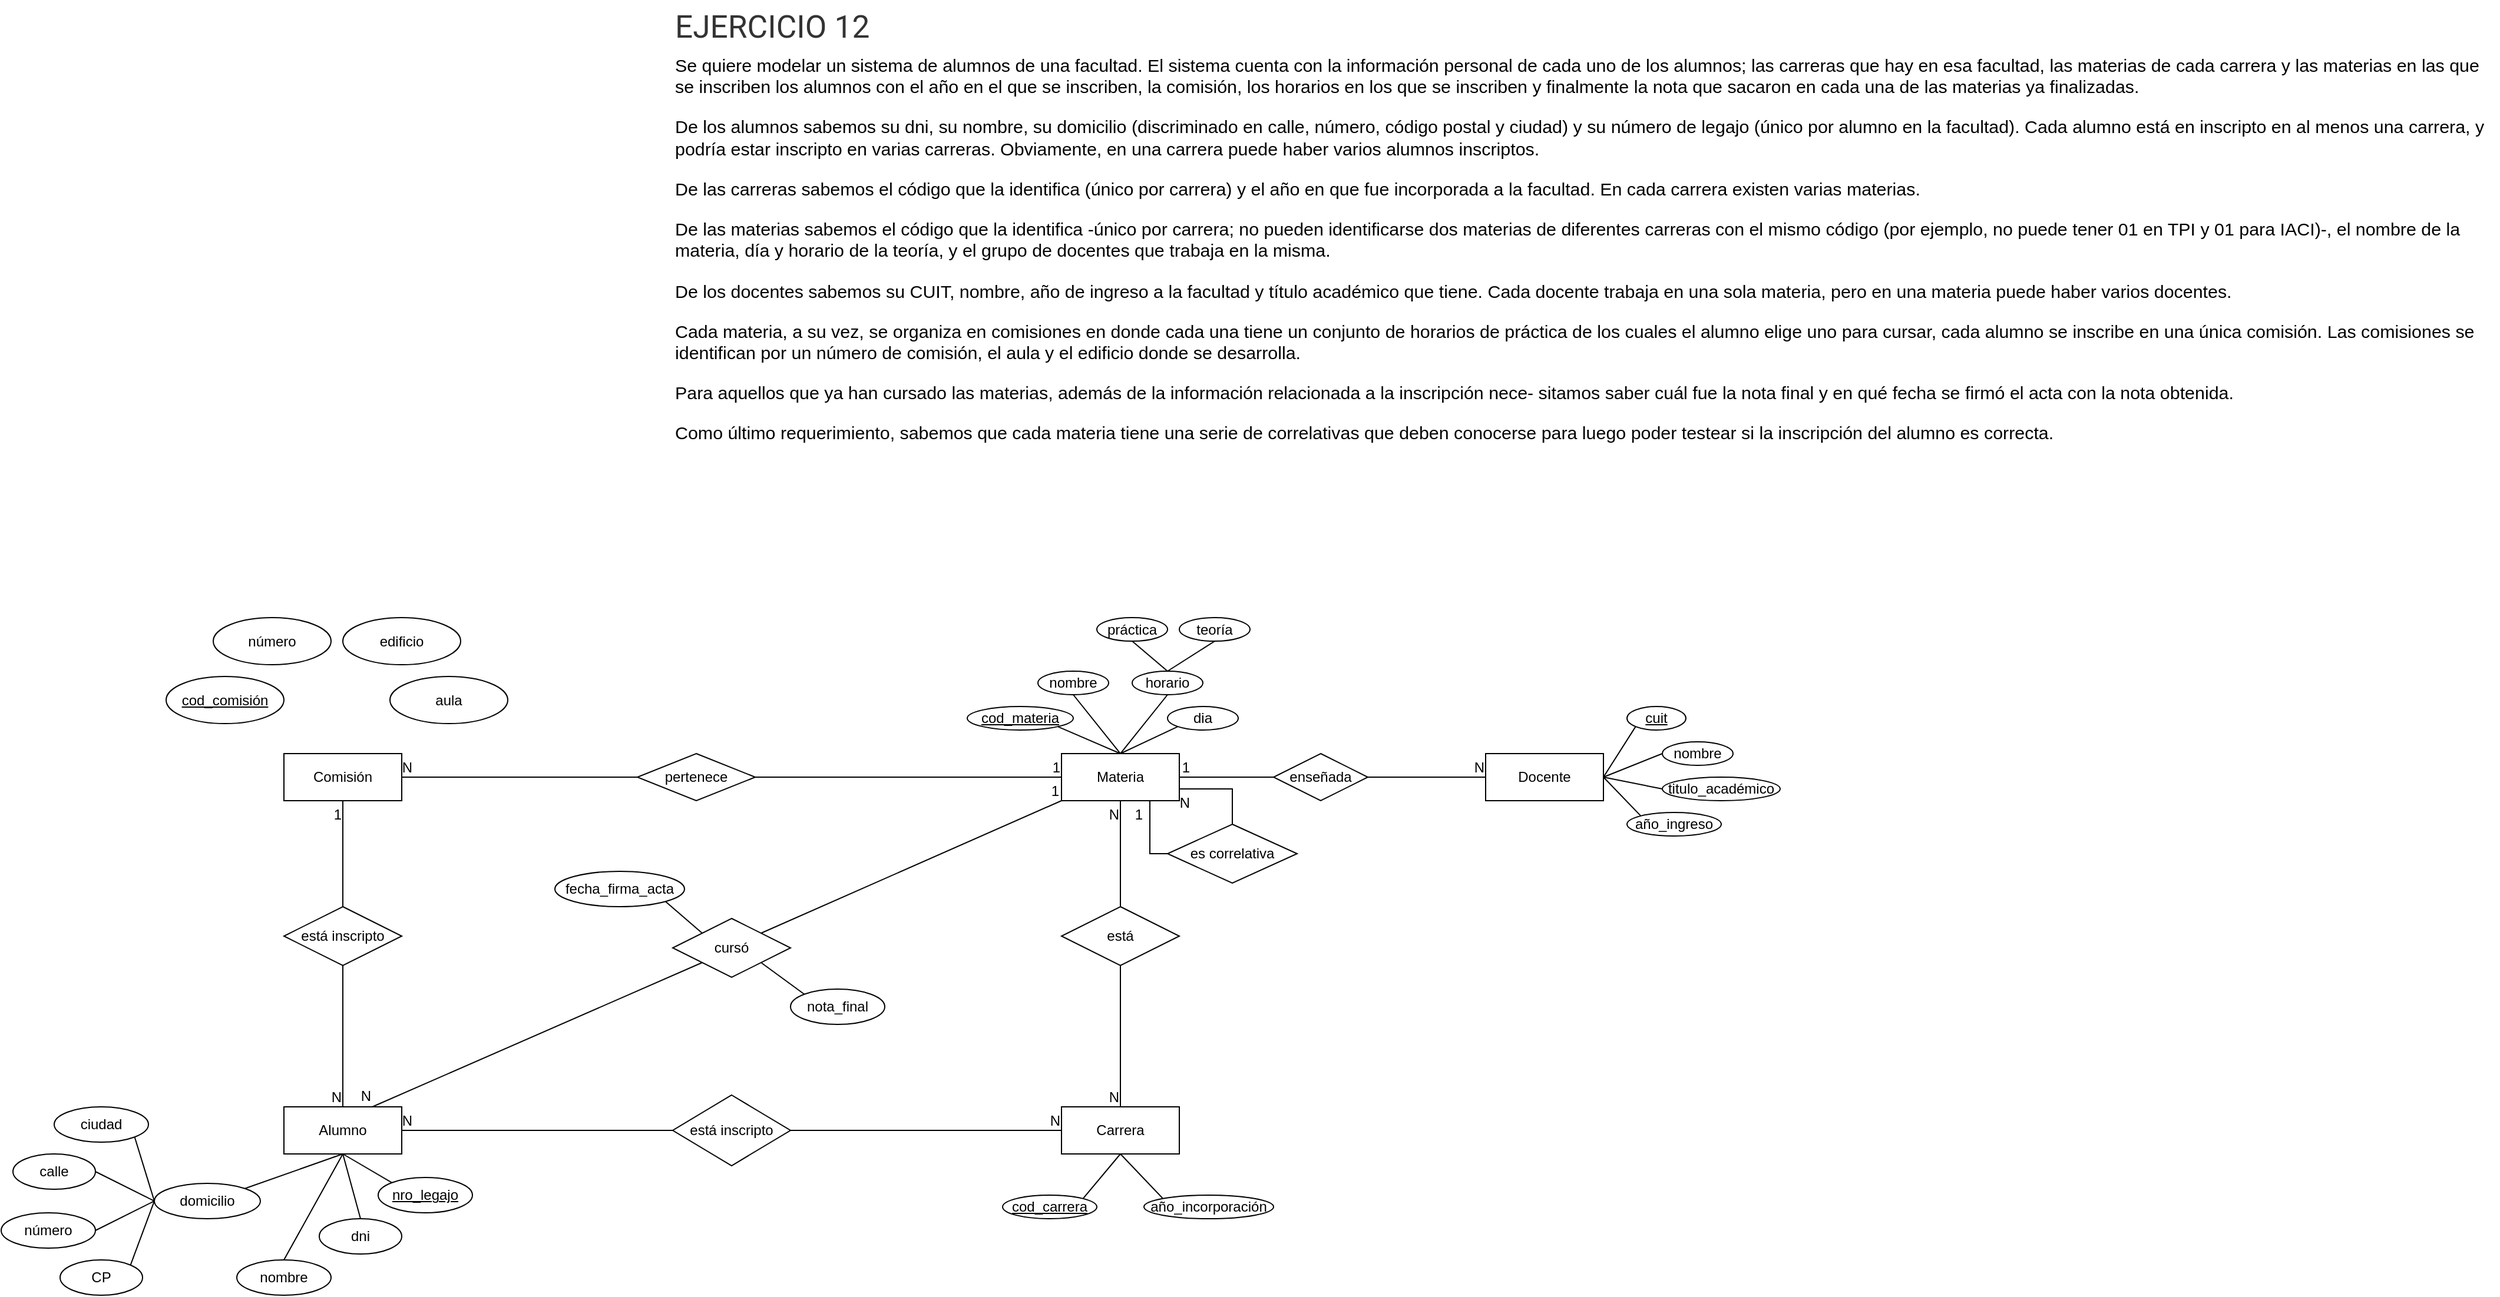
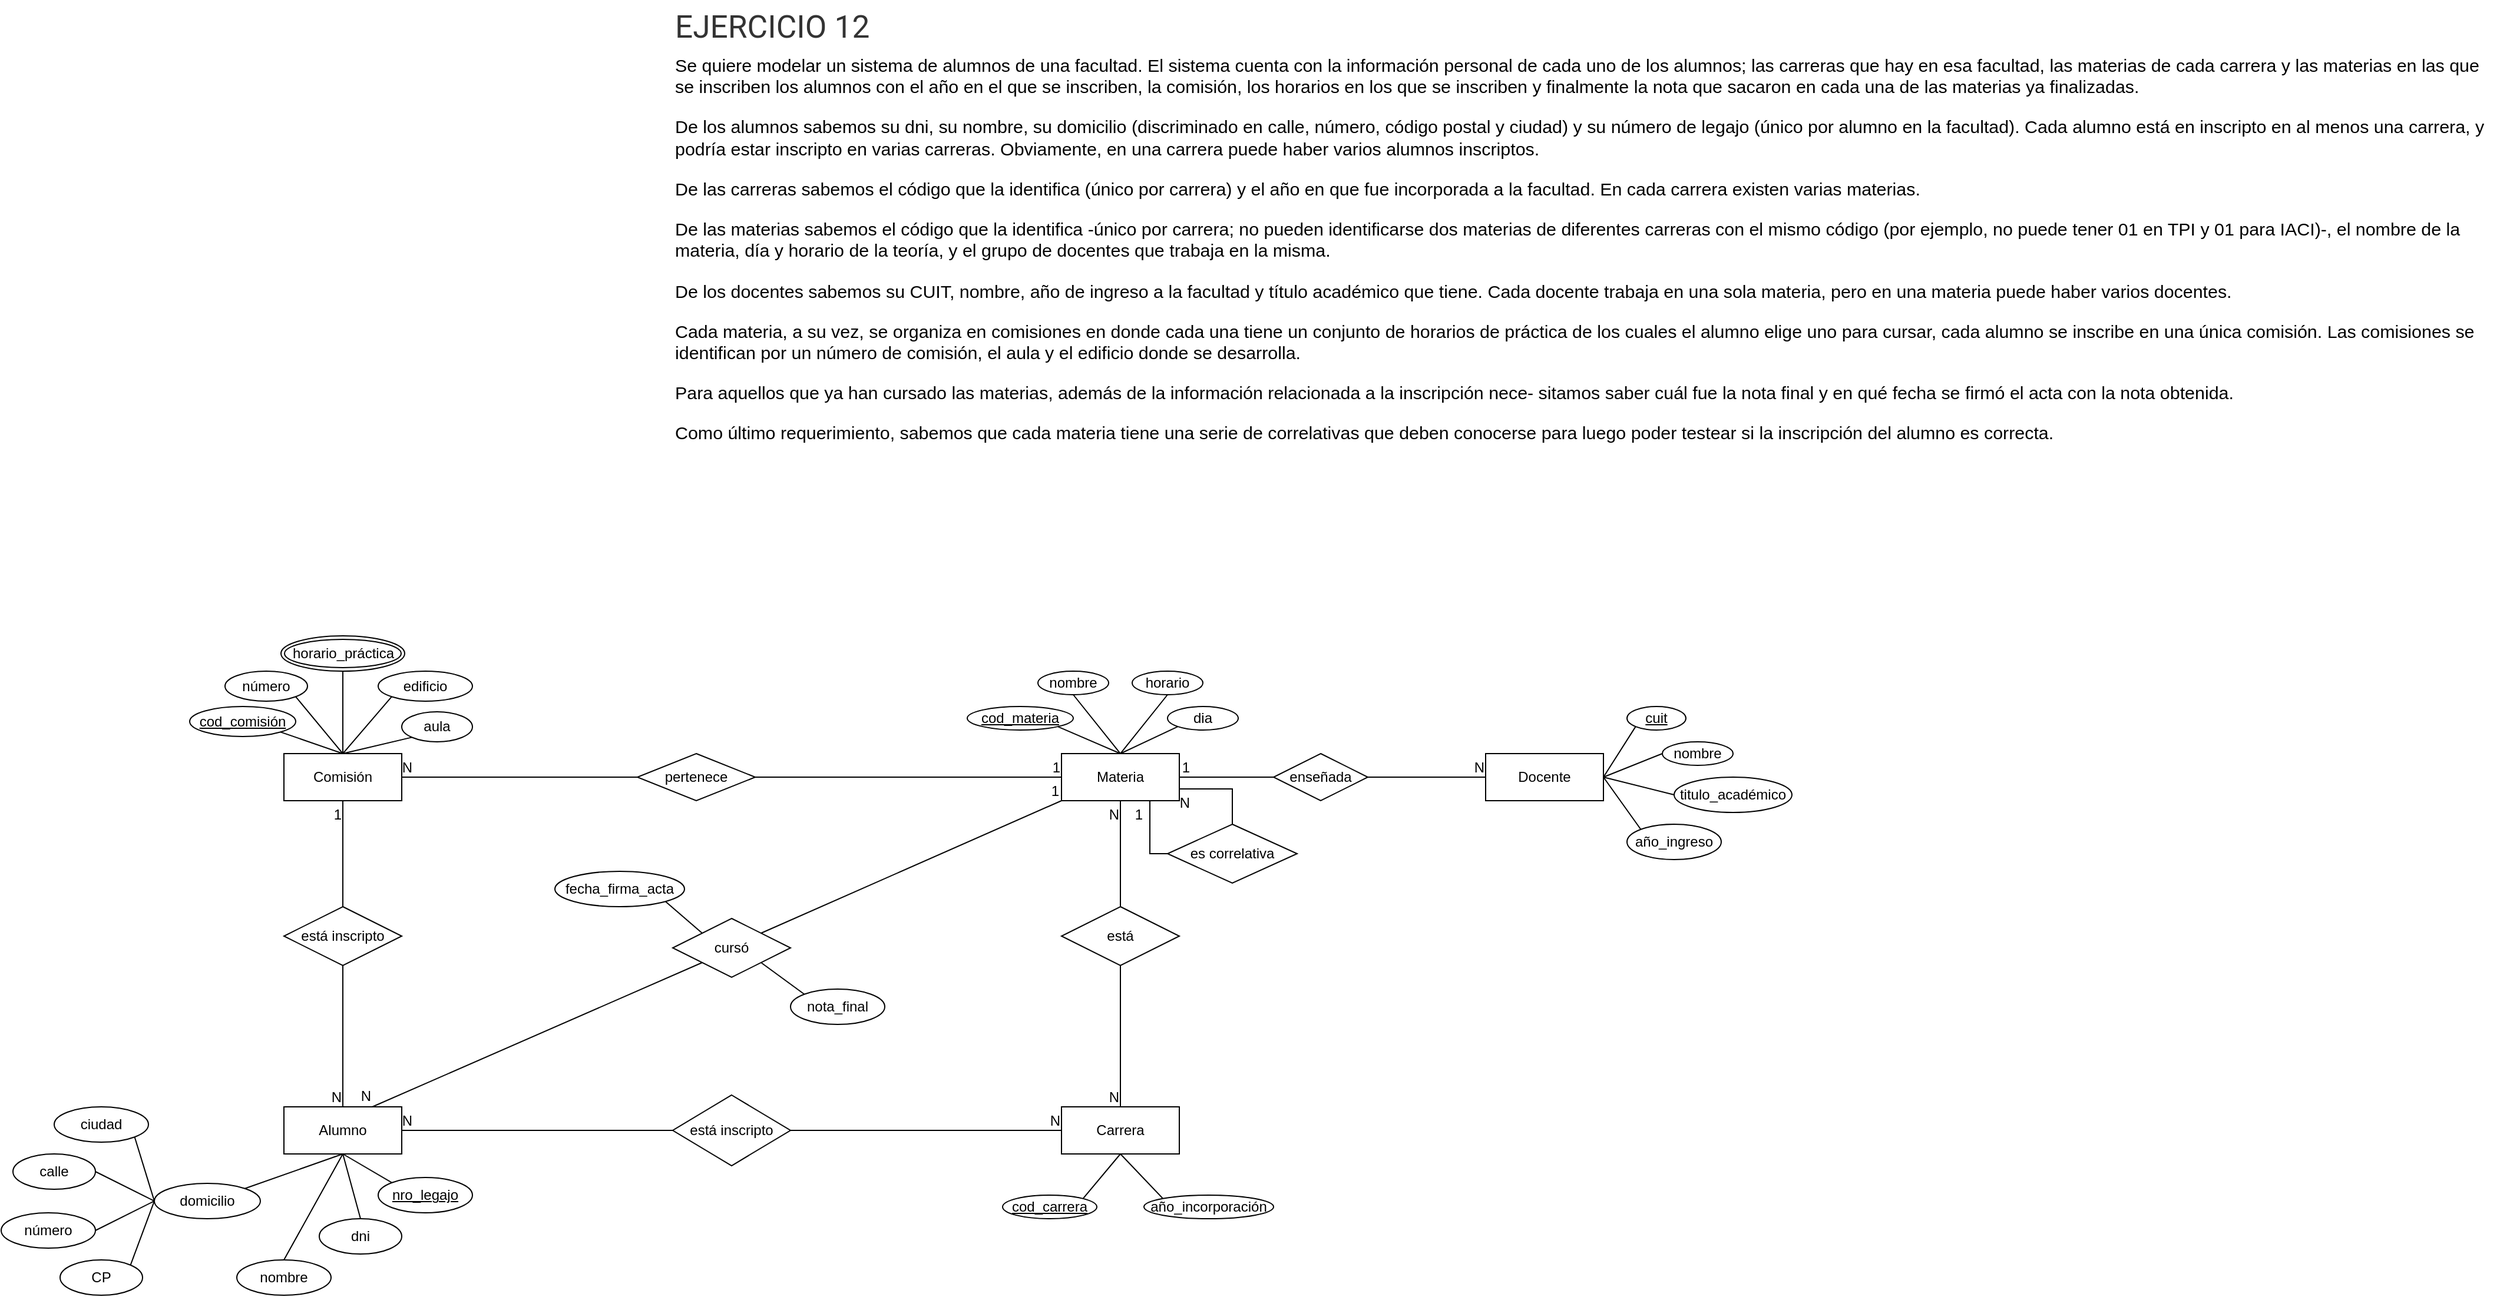
<mxfile host="app.diagrams.net">
  <diagram name="Página-1" id="y1TL5N7xmqakmvrfY2OJ">
    <mxGraphModel dx="4190" dy="1729" grid="1" gridSize="10" guides="1" tooltips="1" connect="1" arrows="1" fold="1" page="1" pageScale="1" pageWidth="1169" pageHeight="827" math="0" shadow="0">
      <root>
        <mxCell id="0" />
        <mxCell id="1" parent="0" />
        <mxCell id="5rH35f_hjBfOrrM5BKQK-1" parent="1" style="text;html=1;whiteSpace=wrap;overflow=hidden;rounded=0;" value="&lt;h3 style=&quot;box-sizing: border-box; margin: 0px 0px 0.5rem; padding: 0px; font-weight: 400; line-height: 1.2; color: rgb(51, 51, 51); font-size: 1.6625rem; font-family: Roboto; background-color: rgb(255, 255, 255);&quot;&gt;&lt;span class=&quot;&quot; style=&quot;box-sizing: border-box; margin: 0px; padding: 0px;&quot;&gt;EJERCICIO 12&lt;/span&gt;&lt;/h3&gt;&lt;p style=&quot;box-sizing: border-box; margin: 0px 0px 1rem; padding: 0px; color: rgb(0, 0, 0); font-family: Barlow, Arial, sans-serif; font-size: 15.2px; background-color: rgb(255, 255, 255);&quot;&gt;&lt;span lang=&quot;ES&quot; style=&quot;box-sizing: border-box; margin: 0px; padding: 0px;&quot;&gt;Se quiere modelar un sistema de alumnos de una facultad. El sistema cuenta con la información personal de cada uno de los alumnos; las carreras que hay en esa facultad, las materias de cada carrera y las materias en las que se inscriben los alumnos con el año en el que se inscriben, la comisión, los horarios en los que se inscriben y finalmente la nota que sacaron en cada una de las materias ya finalizadas.&lt;/span&gt;&lt;/p&gt;&lt;p style=&quot;box-sizing: border-box; margin: 0px 0px 1rem; padding: 0px; color: rgb(0, 0, 0); font-family: Barlow, Arial, sans-serif; font-size: 15.2px; background-color: rgb(255, 255, 255);&quot;&gt;&lt;span lang=&quot;ES&quot; style=&quot;box-sizing: border-box; margin: 0px; padding: 0px;&quot;&gt;De los alumnos sabemos su dni, su nombre, su domicilio (discriminado en calle, número, código postal y ciudad) y su número de legajo (único por alumno en la facultad). Cada alumno está en inscripto en al menos una carrera, y podría estar inscripto en varias carreras. Obviamente, en una carrera puede haber varios alumnos inscriptos.&lt;/span&gt;&lt;/p&gt;&lt;p style=&quot;box-sizing: border-box; margin: 0px 0px 1rem; padding: 0px; color: rgb(0, 0, 0); font-family: Barlow, Arial, sans-serif; font-size: 15.2px; background-color: rgb(255, 255, 255);&quot;&gt;&lt;span lang=&quot;ES&quot; style=&quot;box-sizing: border-box; margin: 0px; padding: 0px;&quot;&gt;De las carreras sabemos el código que la identifica (único por carrera) y el año en que fue incorporada a la facultad. En cada carrera existen varias materias.&lt;/span&gt;&lt;/p&gt;&lt;p style=&quot;box-sizing: border-box; margin: 0px 0px 1rem; padding: 0px; color: rgb(0, 0, 0); font-family: Barlow, Arial, sans-serif; font-size: 15.2px; background-color: rgb(255, 255, 255);&quot;&gt;&lt;span lang=&quot;ES&quot; style=&quot;box-sizing: border-box; margin: 0px; padding: 0px;&quot;&gt;De las materias sabemos el código que la identifica -único por carrera; no pueden identificarse dos materias de diferentes carreras con el mismo código (por ejemplo, no puede tener 01 en TPI y 01 para IACI)-, el nombre de la materia, día y horario de la teoría, y el grupo de docentes que trabaja en la misma.&lt;/span&gt;&lt;/p&gt;&lt;p style=&quot;box-sizing: border-box; margin: 0px 0px 1rem; padding: 0px; color: rgb(0, 0, 0); font-family: Barlow, Arial, sans-serif; font-size: 15.2px; background-color: rgb(255, 255, 255);&quot;&gt;&lt;span lang=&quot;ES&quot; style=&quot;box-sizing: border-box; margin: 0px; padding: 0px;&quot;&gt;De los docentes sabemos su CUIT, nombre, año de ingreso a la facultad y título académico que tiene. Cada docente trabaja en una sola materia, pero en una materia puede haber varios docentes.&lt;/span&gt;&lt;/p&gt;&lt;p style=&quot;box-sizing: border-box; margin: 0px 0px 1rem; padding: 0px; color: rgb(0, 0, 0); font-family: Barlow, Arial, sans-serif; font-size: 15.2px; background-color: rgb(255, 255, 255);&quot;&gt;&lt;span lang=&quot;ES&quot; style=&quot;box-sizing: border-box; margin: 0px; padding: 0px;&quot;&gt;Cada materia, a su vez, se organiza en comisiones en donde cada una tiene un conjunto de horarios de práctica de los cuales el alumno elige uno para cursar, cada alumno se inscribe en una única comisión. Las comisiones se identifican por un número de comisión, el aula y el edificio donde se desarrolla.&lt;/span&gt;&lt;/p&gt;&lt;p style=&quot;box-sizing: border-box; margin: 0px 0px 1rem; padding: 0px; color: rgb(0, 0, 0); font-family: Barlow, Arial, sans-serif; font-size: 15.2px; background-color: rgb(255, 255, 255);&quot;&gt;&lt;span lang=&quot;ES&quot; style=&quot;box-sizing: border-box; margin: 0px; padding: 0px;&quot;&gt;Para aquellos que ya han cursado las materias, además de la información relacionada a la inscripción nece- sitamos saber cuál fue la nota final y en qué fecha se firmó el acta con la nota obtenida.&lt;/span&gt;&lt;/p&gt;&lt;p style=&quot;box-sizing: border-box; margin: 0px 0px 1rem; padding: 0px; color: rgb(0, 0, 0); font-family: Barlow, Arial, sans-serif; font-size: 15.2px; background-color: rgb(255, 255, 255);&quot;&gt;&lt;span lang=&quot;ES&quot; style=&quot;box-sizing: border-box; margin: 0px; padding: 0px;&quot;&gt;Como último requerimiento, sabemos que cada materia tiene una serie de correlativas que deben conocerse para luego poder testear si la inscripción del alumno es correcta.&lt;/span&gt;&lt;/p&gt;" vertex="1">
          <mxGeometry height="400" width="1550" x="-810" y="-800" as="geometry" />
        </mxCell>
        <mxCell id="5rH35f_hjBfOrrM5BKQK-2" parent="1" style="whiteSpace=wrap;html=1;align=center;" value="Alumno" vertex="1">
          <mxGeometry height="40" width="100" x="-1140" y="140" as="geometry" />
        </mxCell>
        <mxCell id="5rH35f_hjBfOrrM5BKQK-3" parent="1" style="whiteSpace=wrap;html=1;align=center;" value="Carrera" vertex="1">
          <mxGeometry height="40" width="100" x="-480" y="140" as="geometry" />
        </mxCell>
        <mxCell id="5rH35f_hjBfOrrM5BKQK-4" parent="1" style="whiteSpace=wrap;html=1;align=center;" value="Materia" vertex="1">
          <mxGeometry height="40" width="100" x="-480" y="-160" as="geometry" />
        </mxCell>
        <mxCell id="5rH35f_hjBfOrrM5BKQK-8" parent="1" style="ellipse;whiteSpace=wrap;html=1;align=center;" value="horario" vertex="1">
          <mxGeometry height="20" width="60" x="-420" y="-230" as="geometry" />
        </mxCell>
        <mxCell id="5rH35f_hjBfOrrM5BKQK-10" parent="1" style="ellipse;whiteSpace=wrap;html=1;align=center;" value="nombre" vertex="1">
          <mxGeometry height="20" width="60" x="-500" y="-230" as="geometry" />
        </mxCell>
        <mxCell id="5rH35f_hjBfOrrM5BKQK-11" parent="1" style="ellipse;whiteSpace=wrap;html=1;align=center;fontStyle=4;" value="nro_legajo" vertex="1">
          <mxGeometry height="30" width="80" x="-1060" y="200" as="geometry" />
        </mxCell>
        <mxCell id="5rH35f_hjBfOrrM5BKQK-12" parent="1" style="ellipse;whiteSpace=wrap;html=1;align=center;" value="dni" vertex="1">
          <mxGeometry height="30" width="70" x="-1110" y="235" as="geometry" />
        </mxCell>
        <mxCell id="5rH35f_hjBfOrrM5BKQK-13" parent="1" style="ellipse;whiteSpace=wrap;html=1;align=center;" value="nombre" vertex="1">
          <mxGeometry height="30" width="80" x="-1180" y="270" as="geometry" />
        </mxCell>
        <mxCell id="5rH35f_hjBfOrrM5BKQK-14" parent="1" style="ellipse;whiteSpace=wrap;html=1;align=center;" value="domicilio" vertex="1">
          <mxGeometry height="30" width="90" x="-1250" y="205" as="geometry" />
        </mxCell>
        <mxCell id="5rH35f_hjBfOrrM5BKQK-15" parent="1" style="ellipse;whiteSpace=wrap;html=1;align=center;" value="calle" vertex="1">
          <mxGeometry height="30" width="70" x="-1370" y="180" as="geometry" />
        </mxCell>
        <mxCell id="5rH35f_hjBfOrrM5BKQK-16" parent="1" style="ellipse;whiteSpace=wrap;html=1;align=center;" value="número" vertex="1">
          <mxGeometry height="30" width="80" x="-1380" y="230" as="geometry" />
        </mxCell>
        <mxCell id="5rH35f_hjBfOrrM5BKQK-17" parent="1" style="ellipse;whiteSpace=wrap;html=1;align=center;" value="CP" vertex="1">
          <mxGeometry height="30" width="70" x="-1330" y="270" as="geometry" />
        </mxCell>
        <mxCell id="5rH35f_hjBfOrrM5BKQK-18" parent="1" style="ellipse;whiteSpace=wrap;html=1;align=center;" value="ciudad" vertex="1">
          <mxGeometry height="30" width="80" x="-1335" y="140" as="geometry" />
        </mxCell>
        <mxCell id="5rH35f_hjBfOrrM5BKQK-19" parent="1" style="shape=rhombus;perimeter=rhombusPerimeter;whiteSpace=wrap;html=1;align=center;" value="está inscripto" vertex="1">
          <mxGeometry height="60" width="100" x="-810" y="130" as="geometry" />
        </mxCell>
        <mxCell id="5rH35f_hjBfOrrM5BKQK-21" edge="1" parent="1" source="5rH35f_hjBfOrrM5BKQK-19" style="endArrow=none;html=1;rounded=0;exitX=1;exitY=0.5;exitDx=0;exitDy=0;entryX=0;entryY=0.5;entryDx=0;entryDy=0;" target="5rH35f_hjBfOrrM5BKQK-3" value="">
          <mxGeometry relative="1" as="geometry">
            <mxPoint x="-600" y="110" as="sourcePoint" />
            <mxPoint x="-440" y="110" as="targetPoint" />
          </mxGeometry>
        </mxCell>
        <mxCell id="5rH35f_hjBfOrrM5BKQK-22" connectable="0" parent="5rH35f_hjBfOrrM5BKQK-21" style="resizable=0;html=1;whiteSpace=wrap;align=right;verticalAlign=bottom;" value="N" vertex="1">
          <mxGeometry relative="1" x="1" as="geometry" />
        </mxCell>
        <mxCell id="5rH35f_hjBfOrrM5BKQK-23" edge="1" parent="1" source="5rH35f_hjBfOrrM5BKQK-19" style="endArrow=none;html=1;rounded=0;entryX=1;entryY=0.5;entryDx=0;entryDy=0;exitX=0;exitY=0.5;exitDx=0;exitDy=0;" target="5rH35f_hjBfOrrM5BKQK-2" value="">
          <mxGeometry relative="1" as="geometry">
            <mxPoint x="-930.0000000000005" y="159.99999999999977" as="sourcePoint" />
            <mxPoint x="-360" y="-110" as="targetPoint" />
          </mxGeometry>
        </mxCell>
        <mxCell id="5rH35f_hjBfOrrM5BKQK-24" connectable="0" parent="5rH35f_hjBfOrrM5BKQK-23" style="resizable=0;html=1;whiteSpace=wrap;align=right;verticalAlign=bottom;" value="N" vertex="1">
          <mxGeometry relative="1" x="1" as="geometry">
            <mxPoint x="10" as="offset" />
          </mxGeometry>
        </mxCell>
        <mxCell id="5rH35f_hjBfOrrM5BKQK-25" parent="1" style="ellipse;whiteSpace=wrap;html=1;align=center;fontStyle=4;" value="cod_carrera" vertex="1">
          <mxGeometry height="20" width="80" x="-530" y="215" as="geometry" />
        </mxCell>
        <mxCell id="5rH35f_hjBfOrrM5BKQK-26" parent="1" style="ellipse;whiteSpace=wrap;html=1;align=center;" value="año_incorporación" vertex="1">
          <mxGeometry height="20" width="110" x="-410" y="215" as="geometry" />
        </mxCell>
        <mxCell id="5rH35f_hjBfOrrM5BKQK-27" parent="1" style="ellipse;whiteSpace=wrap;html=1;align=center;fontStyle=4;" value="cod_materia" vertex="1">
          <mxGeometry height="20" width="90" x="-560" y="-200" as="geometry" />
        </mxCell>
        <mxCell id="5rH35f_hjBfOrrM5BKQK-28" parent="1" style="ellipse;whiteSpace=wrap;html=1;align=center;" value="dia" vertex="1">
          <mxGeometry height="20" width="60" x="-390" y="-200" as="geometry" />
        </mxCell>
        <mxCell id="5rH35f_hjBfOrrM5BKQK-30" parent="1" style="whiteSpace=wrap;html=1;align=center;" value="Docente" vertex="1">
          <mxGeometry height="40" width="100" x="-120" y="-160" as="geometry" />
        </mxCell>
        <mxCell id="5rH35f_hjBfOrrM5BKQK-31" parent="1" style="ellipse;whiteSpace=wrap;html=1;align=center;fontStyle=4;" value="cuit" vertex="1">
          <mxGeometry height="20" width="50" y="-200.00000000000003" as="geometry" />
        </mxCell>
        <mxCell id="5rH35f_hjBfOrrM5BKQK-32" parent="1" style="ellipse;whiteSpace=wrap;html=1;align=center;" value="nombre" vertex="1">
          <mxGeometry height="20" width="60" x="30" y="-170.00000000000003" as="geometry" />
        </mxCell>
        <mxCell id="5rH35f_hjBfOrrM5BKQK-33" parent="1" style="ellipse;whiteSpace=wrap;html=1;align=center;" value="titulo_académico" vertex="1">
-           <mxGeometry height="20" width="100" x="30" y="-140" as="geometry" />
+           <mxGeometry height="30" width="100" x="40" y="-140" as="geometry" />
        </mxCell>
        <mxCell id="5rH35f_hjBfOrrM5BKQK-34" parent="1" style="ellipse;whiteSpace=wrap;html=1;align=center;" value="año_ingreso" vertex="1">
-           <mxGeometry height="20" width="80" y="-110" as="geometry" />
+           <mxGeometry height="30" width="80" y="-100" as="geometry" />
        </mxCell>
        <mxCell id="5rH35f_hjBfOrrM5BKQK-35" parent="1" style="shape=rhombus;perimeter=rhombusPerimeter;whiteSpace=wrap;html=1;align=center;" value="enseñada" vertex="1">
          <mxGeometry height="40" width="80" x="-300" y="-160" as="geometry" />
        </mxCell>
        <mxCell id="5rH35f_hjBfOrrM5BKQK-36" edge="1" parent="1" source="5rH35f_hjBfOrrM5BKQK-35" style="endArrow=none;html=1;rounded=0;exitX=1;exitY=0.5;exitDx=0;exitDy=0;entryX=0;entryY=0.5;entryDx=0;entryDy=0;" target="5rH35f_hjBfOrrM5BKQK-30" value="">
          <mxGeometry relative="1" as="geometry">
            <mxPoint x="-10" y="-260" as="sourcePoint" />
            <mxPoint x="150" y="-260" as="targetPoint" />
          </mxGeometry>
        </mxCell>
        <mxCell id="5rH35f_hjBfOrrM5BKQK-37" connectable="0" parent="5rH35f_hjBfOrrM5BKQK-36" style="resizable=0;html=1;whiteSpace=wrap;align=right;verticalAlign=bottom;" value="N" vertex="1">
          <mxGeometry relative="1" x="1" as="geometry" />
        </mxCell>
        <mxCell id="5rH35f_hjBfOrrM5BKQK-38" edge="1" parent="1" source="5rH35f_hjBfOrrM5BKQK-35" style="endArrow=none;html=1;rounded=0;entryX=1;entryY=0.5;entryDx=0;entryDy=0;exitX=0;exitY=0.5;exitDx=0;exitDy=0;" target="5rH35f_hjBfOrrM5BKQK-4" value="">
          <mxGeometry relative="1" as="geometry">
            <mxPoint x="-10" y="-260" as="sourcePoint" />
            <mxPoint x="150" y="-260" as="targetPoint" />
          </mxGeometry>
        </mxCell>
        <mxCell id="5rH35f_hjBfOrrM5BKQK-39" connectable="0" parent="5rH35f_hjBfOrrM5BKQK-38" style="resizable=0;html=1;whiteSpace=wrap;align=right;verticalAlign=bottom;" value="1" vertex="1">
          <mxGeometry relative="1" x="1" as="geometry">
            <mxPoint x="10" as="offset" />
          </mxGeometry>
        </mxCell>
        <mxCell id="5rH35f_hjBfOrrM5BKQK-40" parent="1" style="whiteSpace=wrap;html=1;align=center;" value="Comisión" vertex="1">
          <mxGeometry height="40" width="100" x="-1140" y="-160" as="geometry" />
        </mxCell>
        <mxCell id="5rH35f_hjBfOrrM5BKQK-41" parent="1" style="ellipse;whiteSpace=wrap;html=1;align=center;fontStyle=4;" value="cod_comisión" vertex="1">
-           <mxGeometry height="40" width="100" x="-1240" y="-225.48" as="geometry" />
+           <mxGeometry height="25.48" width="90" x="-1220" y="-200" as="geometry" />
        </mxCell>
        <mxCell id="5rH35f_hjBfOrrM5BKQK-42" parent="1" style="ellipse;whiteSpace=wrap;html=1;align=center;" value="número" vertex="1">
-           <mxGeometry height="40" width="100" x="-1200" y="-275.48" as="geometry" />
+           <mxGeometry height="25.48" width="70" x="-1190" y="-230.00000000000003" as="geometry" />
        </mxCell>
        <mxCell id="5rH35f_hjBfOrrM5BKQK-43" parent="1" style="ellipse;whiteSpace=wrap;html=1;align=center;" value="aula" vertex="1">
-           <mxGeometry height="40" width="100" x="-1050" y="-225.48" as="geometry" />
+           <mxGeometry height="25.48" width="60" x="-1040" y="-195.48" as="geometry" />
        </mxCell>
        <mxCell id="5rH35f_hjBfOrrM5BKQK-44" parent="1" style="ellipse;whiteSpace=wrap;html=1;align=center;" value="edificio" vertex="1">
-           <mxGeometry height="40" width="100" x="-1090" y="-275.48" as="geometry" />
+           <mxGeometry height="25.48" width="80" x="-1060" y="-230.00000000000003" as="geometry" />
        </mxCell>
        <mxCell id="5rH35f_hjBfOrrM5BKQK-46" parent="1" style="shape=rhombus;perimeter=rhombusPerimeter;whiteSpace=wrap;html=1;align=center;" value="pertenece" vertex="1">
          <mxGeometry height="40" width="100" x="-840" y="-160" as="geometry" />
        </mxCell>
        <mxCell id="5rH35f_hjBfOrrM5BKQK-48" edge="1" parent="1" source="5rH35f_hjBfOrrM5BKQK-46" style="endArrow=none;html=1;rounded=0;exitX=0;exitY=0.5;exitDx=0;exitDy=0;entryX=1;entryY=0.5;entryDx=0;entryDy=0;" target="5rH35f_hjBfOrrM5BKQK-40" value="">
          <mxGeometry relative="1" as="geometry">
            <mxPoint x="-230" y="-220" as="sourcePoint" />
            <mxPoint x="-70" y="-220" as="targetPoint" />
          </mxGeometry>
        </mxCell>
        <mxCell id="5rH35f_hjBfOrrM5BKQK-49" connectable="0" parent="5rH35f_hjBfOrrM5BKQK-48" style="resizable=0;html=1;whiteSpace=wrap;align=right;verticalAlign=bottom;" value="N" vertex="1">
          <mxGeometry relative="1" x="1" as="geometry">
            <mxPoint x="10" as="offset" />
          </mxGeometry>
        </mxCell>
        <mxCell id="5rH35f_hjBfOrrM5BKQK-50" edge="1" parent="1" source="5rH35f_hjBfOrrM5BKQK-46" style="endArrow=none;html=1;rounded=0;exitX=1;exitY=0.5;exitDx=0;exitDy=0;entryX=0;entryY=0.5;entryDx=0;entryDy=0;" target="5rH35f_hjBfOrrM5BKQK-4" value="">
          <mxGeometry relative="1" as="geometry">
            <mxPoint x="-230" y="-220" as="sourcePoint" />
            <mxPoint x="-70" y="-220" as="targetPoint" />
          </mxGeometry>
        </mxCell>
        <mxCell id="5rH35f_hjBfOrrM5BKQK-51" connectable="0" parent="5rH35f_hjBfOrrM5BKQK-50" style="resizable=0;html=1;whiteSpace=wrap;align=right;verticalAlign=bottom;" value="1" vertex="1">
          <mxGeometry relative="1" x="1" as="geometry" />
        </mxCell>
        <mxCell id="5rH35f_hjBfOrrM5BKQK-52" parent="1" style="shape=rhombus;perimeter=rhombusPerimeter;whiteSpace=wrap;html=1;align=center;" value="está" vertex="1">
          <mxGeometry height="50" width="100" x="-480" y="-30" as="geometry" />
        </mxCell>
        <mxCell id="5rH35f_hjBfOrrM5BKQK-53" edge="1" parent="1" source="5rH35f_hjBfOrrM5BKQK-52" style="endArrow=none;html=1;rounded=0;exitX=0.5;exitY=0;exitDx=0;exitDy=0;entryX=0.5;entryY=1;entryDx=0;entryDy=0;" target="5rH35f_hjBfOrrM5BKQK-4" value="">
          <mxGeometry relative="1" as="geometry">
            <mxPoint x="-230" y="-110" as="sourcePoint" />
            <mxPoint x="-70" y="-110" as="targetPoint" />
          </mxGeometry>
        </mxCell>
        <mxCell id="5rH35f_hjBfOrrM5BKQK-54" connectable="0" parent="5rH35f_hjBfOrrM5BKQK-53" style="resizable=0;html=1;whiteSpace=wrap;align=right;verticalAlign=bottom;" value="N" vertex="1">
          <mxGeometry relative="1" x="1" as="geometry">
            <mxPoint y="20" as="offset" />
          </mxGeometry>
        </mxCell>
        <mxCell id="5rH35f_hjBfOrrM5BKQK-55" edge="1" parent="1" source="5rH35f_hjBfOrrM5BKQK-52" style="endArrow=none;html=1;rounded=0;exitX=0.5;exitY=1;exitDx=0;exitDy=0;entryX=0.5;entryY=0;entryDx=0;entryDy=0;" target="5rH35f_hjBfOrrM5BKQK-3" value="">
          <mxGeometry relative="1" as="geometry">
            <mxPoint x="-230" y="-110" as="sourcePoint" />
            <mxPoint x="-70" y="-110" as="targetPoint" />
          </mxGeometry>
        </mxCell>
        <mxCell id="5rH35f_hjBfOrrM5BKQK-56" connectable="0" parent="5rH35f_hjBfOrrM5BKQK-55" style="resizable=0;html=1;whiteSpace=wrap;align=right;verticalAlign=bottom;" value="N" vertex="1">
          <mxGeometry relative="1" x="1" as="geometry" />
        </mxCell>
        <mxCell id="5rH35f_hjBfOrrM5BKQK-57" parent="1" style="shape=rhombus;perimeter=rhombusPerimeter;whiteSpace=wrap;html=1;align=center;" value="está inscripto" vertex="1">
          <mxGeometry height="50" width="100" x="-1140" y="-30" as="geometry" />
        </mxCell>
        <mxCell id="5rH35f_hjBfOrrM5BKQK-61" parent="1" style="shape=rhombus;perimeter=rhombusPerimeter;whiteSpace=wrap;html=1;align=center;" value="cursó" vertex="1">
          <mxGeometry height="50" width="100" x="-810" y="-20" as="geometry" />
        </mxCell>
        <mxCell id="5rH35f_hjBfOrrM5BKQK-62" edge="1" parent="1" source="5rH35f_hjBfOrrM5BKQK-57" style="endArrow=none;html=1;rounded=0;entryX=0.5;entryY=0;entryDx=0;entryDy=0;exitX=0.5;exitY=1;exitDx=0;exitDy=0;" target="5rH35f_hjBfOrrM5BKQK-2" value="">
          <mxGeometry relative="1" as="geometry">
            <mxPoint x="-1090" y="29.999999999999773" as="sourcePoint" />
            <mxPoint x="-300" y="-220" as="targetPoint" />
          </mxGeometry>
        </mxCell>
        <mxCell id="5rH35f_hjBfOrrM5BKQK-63" connectable="0" parent="5rH35f_hjBfOrrM5BKQK-62" style="resizable=0;html=1;whiteSpace=wrap;align=right;verticalAlign=bottom;" value="N" vertex="1">
          <mxGeometry relative="1" x="1" as="geometry" />
        </mxCell>
        <mxCell id="5rH35f_hjBfOrrM5BKQK-64" edge="1" parent="1" source="5rH35f_hjBfOrrM5BKQK-57" style="endArrow=none;html=1;rounded=0;exitX=0.5;exitY=0;exitDx=0;exitDy=0;entryX=0.5;entryY=1;entryDx=0;entryDy=0;" target="5rH35f_hjBfOrrM5BKQK-40" value="">
          <mxGeometry relative="1" as="geometry">
            <mxPoint x="-410" y="-220" as="sourcePoint" />
            <mxPoint x="-1080" y="-100" as="targetPoint" />
          </mxGeometry>
        </mxCell>
        <mxCell id="5rH35f_hjBfOrrM5BKQK-65" connectable="0" parent="5rH35f_hjBfOrrM5BKQK-64" style="resizable=0;html=1;whiteSpace=wrap;align=right;verticalAlign=bottom;" value="1" vertex="1">
          <mxGeometry relative="1" x="1" as="geometry">
            <mxPoint y="20" as="offset" />
          </mxGeometry>
        </mxCell>
        <mxCell id="5rH35f_hjBfOrrM5BKQK-68" edge="1" parent="1" source="5rH35f_hjBfOrrM5BKQK-41" style="edgeStyle=orthogonalEdgeStyle;rounded=0;orthogonalLoop=1;jettySize=auto;html=1;exitX=0.5;exitY=1;exitDx=0;exitDy=0;" target="5rH35f_hjBfOrrM5BKQK-41">
          <mxGeometry relative="1" as="geometry" />
        </mxCell>
        <mxCell id="WN7n5lFCNczPosIERE46-1" edge="1" parent="1" source="5rH35f_hjBfOrrM5BKQK-61" style="endArrow=none;html=1;rounded=0;entryX=0;entryY=1;entryDx=0;entryDy=0;exitX=1;exitY=0;exitDx=0;exitDy=0;" target="5rH35f_hjBfOrrM5BKQK-4" value="">
          <mxGeometry relative="1" as="geometry">
            <mxPoint x="-440" y="-250" as="sourcePoint" />
            <mxPoint x="-670" y="-40" as="targetPoint" />
          </mxGeometry>
        </mxCell>
        <mxCell id="WN7n5lFCNczPosIERE46-2" connectable="0" parent="WN7n5lFCNczPosIERE46-1" style="resizable=0;html=1;whiteSpace=wrap;align=right;verticalAlign=bottom;" value="1" vertex="1">
          <mxGeometry relative="1" x="1" as="geometry" />
        </mxCell>
        <mxCell id="WN7n5lFCNczPosIERE46-3" edge="1" parent="1" source="5rH35f_hjBfOrrM5BKQK-61" style="endArrow=none;html=1;rounded=0;entryX=0.75;entryY=0;entryDx=0;entryDy=0;exitX=0;exitY=1;exitDx=0;exitDy=0;" target="5rH35f_hjBfOrrM5BKQK-2" value="">
          <mxGeometry relative="1" as="geometry">
            <mxPoint x="-440" y="-250" as="sourcePoint" />
            <mxPoint x="-280" y="-250" as="targetPoint" />
          </mxGeometry>
        </mxCell>
        <mxCell id="WN7n5lFCNczPosIERE46-4" connectable="0" parent="WN7n5lFCNczPosIERE46-3" style="resizable=0;html=1;whiteSpace=wrap;align=right;verticalAlign=bottom;" value="N" vertex="1">
          <mxGeometry relative="1" x="1" as="geometry" />
        </mxCell>
        <mxCell id="WN7n5lFCNczPosIERE46-5" edge="1" parent="1" source="5rH35f_hjBfOrrM5BKQK-11" style="endArrow=none;html=1;rounded=0;entryX=0.5;entryY=1;entryDx=0;entryDy=0;exitX=0;exitY=0;exitDx=0;exitDy=0;" target="5rH35f_hjBfOrrM5BKQK-2" value="">
          <mxGeometry relative="1" as="geometry">
            <mxPoint x="-990" y="230" as="sourcePoint" />
            <mxPoint x="-280" y="150" as="targetPoint" />
          </mxGeometry>
        </mxCell>
        <mxCell id="WN7n5lFCNczPosIERE46-6" edge="1" parent="1" source="5rH35f_hjBfOrrM5BKQK-12" style="endArrow=none;html=1;rounded=0;entryX=0.5;entryY=1;entryDx=0;entryDy=0;exitX=0.5;exitY=0;exitDx=0;exitDy=0;" target="5rH35f_hjBfOrrM5BKQK-2" value="">
          <mxGeometry relative="1" as="geometry">
            <mxPoint x="-1115" y="256" as="sourcePoint" />
            <mxPoint x="-1160" y="230" as="targetPoint" />
          </mxGeometry>
        </mxCell>
        <mxCell id="WN7n5lFCNczPosIERE46-7" edge="1" parent="1" source="5rH35f_hjBfOrrM5BKQK-2" style="endArrow=none;html=1;rounded=0;entryX=0.5;entryY=0;entryDx=0;entryDy=0;exitX=0.5;exitY=1;exitDx=0;exitDy=0;" target="5rH35f_hjBfOrrM5BKQK-13" value="">
          <mxGeometry relative="1" as="geometry">
            <mxPoint x="-1025" y="336" as="sourcePoint" />
            <mxPoint x="-1070" y="310" as="targetPoint" />
          </mxGeometry>
        </mxCell>
        <mxCell id="WN7n5lFCNczPosIERE46-9" edge="1" parent="1" source="5rH35f_hjBfOrrM5BKQK-2" style="endArrow=none;html=1;rounded=0;entryX=1;entryY=0;entryDx=0;entryDy=0;exitX=0.5;exitY=1;exitDx=0;exitDy=0;" target="5rH35f_hjBfOrrM5BKQK-14" value="">
          <mxGeometry relative="1" as="geometry">
            <mxPoint x="-1035" y="386" as="sourcePoint" />
            <mxPoint x="-1080" y="360" as="targetPoint" />
          </mxGeometry>
        </mxCell>
        <mxCell id="WN7n5lFCNczPosIERE46-11" edge="1" parent="1" source="5rH35f_hjBfOrrM5BKQK-14" style="endArrow=none;html=1;rounded=0;entryX=1;entryY=1;entryDx=0;entryDy=0;exitX=0;exitY=0.5;exitDx=0;exitDy=0;" target="5rH35f_hjBfOrrM5BKQK-18" value="">
          <mxGeometry relative="1" as="geometry">
            <mxPoint x="-1175" y="386" as="sourcePoint" />
            <mxPoint x="-1220" y="360" as="targetPoint" />
          </mxGeometry>
        </mxCell>
        <mxCell id="WN7n5lFCNczPosIERE46-12" edge="1" parent="1" source="5rH35f_hjBfOrrM5BKQK-15" style="endArrow=none;html=1;rounded=0;entryX=0;entryY=0.5;entryDx=0;entryDy=0;exitX=1;exitY=0.5;exitDx=0;exitDy=0;" target="5rH35f_hjBfOrrM5BKQK-14" value="">
          <mxGeometry relative="1" as="geometry">
            <mxPoint x="-1185" y="336" as="sourcePoint" />
            <mxPoint x="-1230" y="310" as="targetPoint" />
          </mxGeometry>
        </mxCell>
        <mxCell id="WN7n5lFCNczPosIERE46-13" edge="1" parent="1" source="5rH35f_hjBfOrrM5BKQK-16" style="endArrow=none;html=1;rounded=0;entryX=0;entryY=0.5;entryDx=0;entryDy=0;exitX=1;exitY=0.5;exitDx=0;exitDy=0;" target="5rH35f_hjBfOrrM5BKQK-14" value="">
          <mxGeometry relative="1" as="geometry">
            <mxPoint x="-1175" y="326" as="sourcePoint" />
            <mxPoint x="-1220" y="300" as="targetPoint" />
          </mxGeometry>
        </mxCell>
        <mxCell id="WN7n5lFCNczPosIERE46-14" edge="1" parent="1" source="5rH35f_hjBfOrrM5BKQK-17" style="endArrow=none;html=1;rounded=0;entryX=0;entryY=0.5;entryDx=0;entryDy=0;exitX=1;exitY=0;exitDx=0;exitDy=0;" target="5rH35f_hjBfOrrM5BKQK-14" value="">
          <mxGeometry relative="1" as="geometry">
            <mxPoint x="-1185" y="316" as="sourcePoint" />
            <mxPoint x="-1230" y="290" as="targetPoint" />
          </mxGeometry>
        </mxCell>
        <mxCell id="WN7n5lFCNczPosIERE46-17" parent="1" style="ellipse;whiteSpace=wrap;html=1;align=center;" value="nota_final" vertex="1">
          <mxGeometry height="30" width="80" x="-710" y="40" as="geometry" />
        </mxCell>
        <mxCell id="WN7n5lFCNczPosIERE46-18" parent="1" style="ellipse;whiteSpace=wrap;html=1;align=center;" value="fecha_firma_acta" vertex="1">
          <mxGeometry height="30" width="110" x="-910" y="-60" as="geometry" />
        </mxCell>
        <mxCell id="WN7n5lFCNczPosIERE46-19" edge="1" parent="1" source="5rH35f_hjBfOrrM5BKQK-61" style="endArrow=none;html=1;rounded=0;entryX=1;entryY=1;entryDx=0;entryDy=0;exitX=0;exitY=0;exitDx=0;exitDy=0;" target="WN7n5lFCNczPosIERE46-18" value="">
          <mxGeometry relative="1" as="geometry">
            <mxPoint x="-655" y="446" as="sourcePoint" />
            <mxPoint x="-700" y="420" as="targetPoint" />
          </mxGeometry>
        </mxCell>
        <mxCell id="WN7n5lFCNczPosIERE46-20" edge="1" parent="1" source="WN7n5lFCNczPosIERE46-17" style="endArrow=none;html=1;rounded=0;exitX=0;exitY=0;exitDx=0;exitDy=0;entryX=1;entryY=1;entryDx=0;entryDy=0;" target="5rH35f_hjBfOrrM5BKQK-61" value="">
          <mxGeometry relative="1" as="geometry">
            <mxPoint x="-675" y="136" as="sourcePoint" />
            <mxPoint x="-720" y="110" as="targetPoint" />
          </mxGeometry>
        </mxCell>
        <mxCell id="WN7n5lFCNczPosIERE46-22" parent="1" style="shape=rhombus;perimeter=rhombusPerimeter;whiteSpace=wrap;html=1;align=center;" value="es correlativa" vertex="1">
          <mxGeometry height="50" width="110" x="-390" y="-100" as="geometry" />
        </mxCell>
        <mxCell id="WN7n5lFCNczPosIERE46-23" edge="1" parent="1" source="WN7n5lFCNczPosIERE46-22" style="endArrow=none;html=1;rounded=0;entryX=0.75;entryY=1;entryDx=0;entryDy=0;exitX=0;exitY=0.5;exitDx=0;exitDy=0;" target="5rH35f_hjBfOrrM5BKQK-4" value="">
          <mxGeometry relative="1" as="geometry">
            <Array as="points">
              <mxPoint x="-405" y="-75" />
            </Array>
            <mxPoint x="-405" y="-70" as="sourcePoint" />
            <mxPoint x="-280" y="10" as="targetPoint" />
          </mxGeometry>
        </mxCell>
        <mxCell id="WN7n5lFCNczPosIERE46-24" connectable="0" parent="WN7n5lFCNczPosIERE46-23" style="resizable=0;html=1;whiteSpace=wrap;align=right;verticalAlign=bottom;" value="1" vertex="1">
          <mxGeometry relative="1" x="1" as="geometry">
            <mxPoint x="-5" y="20" as="offset" />
          </mxGeometry>
        </mxCell>
        <mxCell id="WN7n5lFCNczPosIERE46-25" edge="1" parent="1" source="WN7n5lFCNczPosIERE46-22" style="endArrow=none;html=1;rounded=0;exitX=0.5;exitY=0;exitDx=0;exitDy=0;entryX=1;entryY=0.75;entryDx=0;entryDy=0;" target="5rH35f_hjBfOrrM5BKQK-4" value="">
          <mxGeometry relative="1" as="geometry">
            <Array as="points">
              <mxPoint x="-335" y="-130" />
            </Array>
            <mxPoint x="-440" y="10" as="sourcePoint" />
            <mxPoint x="-370" y="-130" as="targetPoint" />
          </mxGeometry>
        </mxCell>
        <mxCell id="WN7n5lFCNczPosIERE46-26" connectable="0" parent="WN7n5lFCNczPosIERE46-25" style="resizable=0;html=1;whiteSpace=wrap;align=right;verticalAlign=bottom;" value="N" vertex="1">
          <mxGeometry relative="1" x="1" as="geometry">
            <mxPoint x="10" y="20" as="offset" />
          </mxGeometry>
        </mxCell>
        <mxCell id="WN7n5lFCNczPosIERE46-27" edge="1" parent="1" source="5rH35f_hjBfOrrM5BKQK-4" style="endArrow=none;html=1;rounded=0;entryX=1;entryY=1;entryDx=0;entryDy=0;exitX=0.5;exitY=0;exitDx=0;exitDy=0;" target="5rH35f_hjBfOrrM5BKQK-27" value="">
          <mxGeometry relative="1" as="geometry">
            <mxPoint x="-195" y="-44" as="sourcePoint" />
            <mxPoint x="-240" y="-70" as="targetPoint" />
          </mxGeometry>
        </mxCell>
-         <mxCell id="WN7n5lFCNczPosIERE46-28" parent="1" style="ellipse;whiteSpace=wrap;html=1;align=center;" value="práctica" vertex="1">
-           <mxGeometry height="20" width="60" x="-450" y="-275.48" as="geometry" />
-         </mxCell>
-         <mxCell id="WN7n5lFCNczPosIERE46-29" parent="1" style="ellipse;whiteSpace=wrap;html=1;align=center;" value="teoría" vertex="1">
-           <mxGeometry height="20" width="60" x="-380" y="-275.48" as="geometry" />
-         </mxCell>
        <mxCell id="WN7n5lFCNczPosIERE46-30" edge="1" parent="1" source="5rH35f_hjBfOrrM5BKQK-4" style="endArrow=none;html=1;rounded=0;entryX=0.5;entryY=1;entryDx=0;entryDy=0;exitX=0.5;exitY=0;exitDx=0;exitDy=0;" target="5rH35f_hjBfOrrM5BKQK-10" value="">
          <mxGeometry relative="1" as="geometry">
            <mxPoint x="-378" y="-167" as="sourcePoint" />
            <mxPoint x="-430" y="-190" as="targetPoint" />
          </mxGeometry>
        </mxCell>
        <mxCell id="WN7n5lFCNczPosIERE46-31" edge="1" parent="1" source="5rH35f_hjBfOrrM5BKQK-4" style="endArrow=none;html=1;rounded=0;entryX=0.5;entryY=1;entryDx=0;entryDy=0;exitX=0.5;exitY=0;exitDx=0;exitDy=0;" target="5rH35f_hjBfOrrM5BKQK-8" value="">
          <mxGeometry relative="1" as="geometry">
            <mxPoint x="-368" y="-167" as="sourcePoint" />
            <mxPoint x="-420" y="-190" as="targetPoint" />
          </mxGeometry>
        </mxCell>
-         <mxCell id="WN7n5lFCNczPosIERE46-32" edge="1" parent="1" source="5rH35f_hjBfOrrM5BKQK-8" style="endArrow=none;html=1;rounded=0;entryX=0.5;entryY=1;entryDx=0;entryDy=0;exitX=0.5;exitY=0;exitDx=0;exitDy=0;" target="WN7n5lFCNczPosIERE46-28" value="">
-           <mxGeometry relative="1" as="geometry">
-             <mxPoint x="-368" y="-207" as="sourcePoint" />
-             <mxPoint x="-420" y="-230" as="targetPoint" />
-           </mxGeometry>
-         </mxCell>
-         <mxCell id="WN7n5lFCNczPosIERE46-33" edge="1" parent="1" source="5rH35f_hjBfOrrM5BKQK-8" style="endArrow=none;html=1;rounded=0;entryX=0.5;entryY=1;entryDx=0;entryDy=0;exitX=0.5;exitY=0;exitDx=0;exitDy=0;" target="WN7n5lFCNczPosIERE46-29" value="">
-           <mxGeometry relative="1" as="geometry">
-             <mxPoint x="-268" y="-207" as="sourcePoint" />
-             <mxPoint x="-320" y="-230" as="targetPoint" />
-           </mxGeometry>
-         </mxCell>
        <mxCell id="WN7n5lFCNczPosIERE46-34" edge="1" parent="1" source="5rH35f_hjBfOrrM5BKQK-4" style="endArrow=none;html=1;rounded=0;entryX=0;entryY=1;entryDx=0;entryDy=0;exitX=0.5;exitY=0;exitDx=0;exitDy=0;" target="5rH35f_hjBfOrrM5BKQK-28" value="">
          <mxGeometry relative="1" as="geometry">
            <mxPoint x="-268" y="-177" as="sourcePoint" />
            <mxPoint x="-320" y="-200" as="targetPoint" />
          </mxGeometry>
        </mxCell>
        <mxCell id="WN7n5lFCNczPosIERE46-35" edge="1" parent="1" source="5rH35f_hjBfOrrM5BKQK-30" style="endArrow=none;html=1;rounded=0;entryX=0;entryY=1;entryDx=0;entryDy=0;exitX=1;exitY=0.5;exitDx=0;exitDy=0;" target="5rH35f_hjBfOrrM5BKQK-31" value="">
          <mxGeometry relative="1" as="geometry">
            <mxPoint x="-78" y="-177" as="sourcePoint" />
            <mxPoint x="-130" y="-200" as="targetPoint" />
          </mxGeometry>
        </mxCell>
        <mxCell id="WN7n5lFCNczPosIERE46-36" edge="1" parent="1" source="5rH35f_hjBfOrrM5BKQK-32" style="endArrow=none;html=1;rounded=0;entryX=1;entryY=0.5;entryDx=0;entryDy=0;exitX=0;exitY=0.5;exitDx=0;exitDy=0;" target="5rH35f_hjBfOrrM5BKQK-30" value="">
          <mxGeometry relative="1" as="geometry">
            <mxPoint x="52" y="-127" as="sourcePoint" />
            <mxPoint y="-150" as="targetPoint" />
          </mxGeometry>
        </mxCell>
        <mxCell id="WN7n5lFCNczPosIERE46-37" edge="1" parent="1" source="5rH35f_hjBfOrrM5BKQK-33" style="endArrow=none;html=1;rounded=0;entryX=1;entryY=0.5;entryDx=0;entryDy=0;exitX=0;exitY=0.5;exitDx=0;exitDy=0;" target="5rH35f_hjBfOrrM5BKQK-30" value="">
          <mxGeometry relative="1" as="geometry">
            <mxPoint x="82" y="-57" as="sourcePoint" />
            <mxPoint x="30" y="-80" as="targetPoint" />
          </mxGeometry>
        </mxCell>
        <mxCell id="WN7n5lFCNczPosIERE46-38" edge="1" parent="1" source="5rH35f_hjBfOrrM5BKQK-34" style="endArrow=none;html=1;rounded=0;entryX=1;entryY=0.5;entryDx=0;entryDy=0;exitX=0;exitY=0;exitDx=0;exitDy=0;" target="5rH35f_hjBfOrrM5BKQK-30" value="">
          <mxGeometry relative="1" as="geometry">
            <mxPoint x="82" y="-47" as="sourcePoint" />
            <mxPoint x="30" y="-70" as="targetPoint" />
          </mxGeometry>
        </mxCell>
        <mxCell id="WN7n5lFCNczPosIERE46-39" edge="1" parent="1" source="5rH35f_hjBfOrrM5BKQK-26" style="endArrow=none;html=1;rounded=0;entryX=0.5;entryY=1;entryDx=0;entryDy=0;exitX=0;exitY=0;exitDx=0;exitDy=0;" target="5rH35f_hjBfOrrM5BKQK-3" value="">
          <mxGeometry relative="1" as="geometry">
            <mxPoint x="-248" y="163" as="sourcePoint" />
            <mxPoint x="-300" y="140" as="targetPoint" />
          </mxGeometry>
        </mxCell>
        <mxCell id="WN7n5lFCNczPosIERE46-40" edge="1" parent="1" source="5rH35f_hjBfOrrM5BKQK-25" style="endArrow=none;html=1;rounded=0;entryX=0.5;entryY=1;entryDx=0;entryDy=0;exitX=1;exitY=0;exitDx=0;exitDy=0;" target="5rH35f_hjBfOrrM5BKQK-3" value="">
          <mxGeometry relative="1" as="geometry">
            <mxPoint x="-398" y="223" as="sourcePoint" />
            <mxPoint x="-450" y="200" as="targetPoint" />
+           </mxGeometry>
+         </mxCell>
+         <mxCell id="WN7n5lFCNczPosIERE46-42" parent="1" style="ellipse;shape=doubleEllipse;margin=3;whiteSpace=wrap;html=1;align=center;" value="horario_práctica" vertex="1">
+           <mxGeometry height="30" width="105" x="-1142.5" y="-260" as="geometry" />
+         </mxCell>
+         <mxCell id="WN7n5lFCNczPosIERE46-43" edge="1" parent="1" source="5rH35f_hjBfOrrM5BKQK-40" style="endArrow=none;html=1;rounded=0;entryX=1;entryY=1;entryDx=0;entryDy=0;exitX=0.5;exitY=0;exitDx=0;exitDy=0;" target="5rH35f_hjBfOrrM5BKQK-41" value="">
+           <mxGeometry relative="1" as="geometry">
+             <mxPoint x="-958" y="-167" as="sourcePoint" />
+             <mxPoint x="-1010" y="-190" as="targetPoint" />
+           </mxGeometry>
+         </mxCell>
+         <mxCell id="WN7n5lFCNczPosIERE46-44" edge="1" parent="1" source="5rH35f_hjBfOrrM5BKQK-40" style="endArrow=none;html=1;rounded=0;entryX=1;entryY=1;entryDx=0;entryDy=0;exitX=0.5;exitY=0;exitDx=0;exitDy=0;" target="5rH35f_hjBfOrrM5BKQK-42" value="">
+           <mxGeometry relative="1" as="geometry">
+             <mxPoint x="-1048" y="-167" as="sourcePoint" />
+             <mxPoint x="-1100" y="-190" as="targetPoint" />
+           </mxGeometry>
+         </mxCell>
+         <mxCell id="WN7n5lFCNczPosIERE46-45" edge="1" parent="1" source="5rH35f_hjBfOrrM5BKQK-40" style="endArrow=none;html=1;rounded=0;entryX=0.5;entryY=1;entryDx=0;entryDy=0;exitX=0.5;exitY=0;exitDx=0;exitDy=0;" target="WN7n5lFCNczPosIERE46-42" value="">
+           <mxGeometry relative="1" as="geometry">
+             <mxPoint x="-1028" y="-167" as="sourcePoint" />
+             <mxPoint x="-1080" y="-190" as="targetPoint" />
+           </mxGeometry>
+         </mxCell>
+         <mxCell id="WN7n5lFCNczPosIERE46-46" edge="1" parent="1" source="5rH35f_hjBfOrrM5BKQK-40" style="endArrow=none;html=1;rounded=0;entryX=0;entryY=1;entryDx=0;entryDy=0;exitX=0.5;exitY=0;exitDx=0;exitDy=0;" target="5rH35f_hjBfOrrM5BKQK-44" value="">
+           <mxGeometry relative="1" as="geometry">
+             <mxPoint x="-1018" y="-167" as="sourcePoint" />
+             <mxPoint x="-1070" y="-190" as="targetPoint" />
+           </mxGeometry>
+         </mxCell>
+         <mxCell id="WN7n5lFCNczPosIERE46-47" edge="1" parent="1" source="5rH35f_hjBfOrrM5BKQK-40" style="endArrow=none;html=1;rounded=0;entryX=0;entryY=1;entryDx=0;entryDy=0;exitX=0.5;exitY=0;exitDx=0;exitDy=0;" target="5rH35f_hjBfOrrM5BKQK-43" value="">
+           <mxGeometry relative="1" as="geometry">
+             <mxPoint x="-1008" y="-167" as="sourcePoint" />
+             <mxPoint x="-1060" y="-190" as="targetPoint" />
          </mxGeometry>
        </mxCell>
      </root>
    </mxGraphModel>
  </diagram>
</mxfile>
